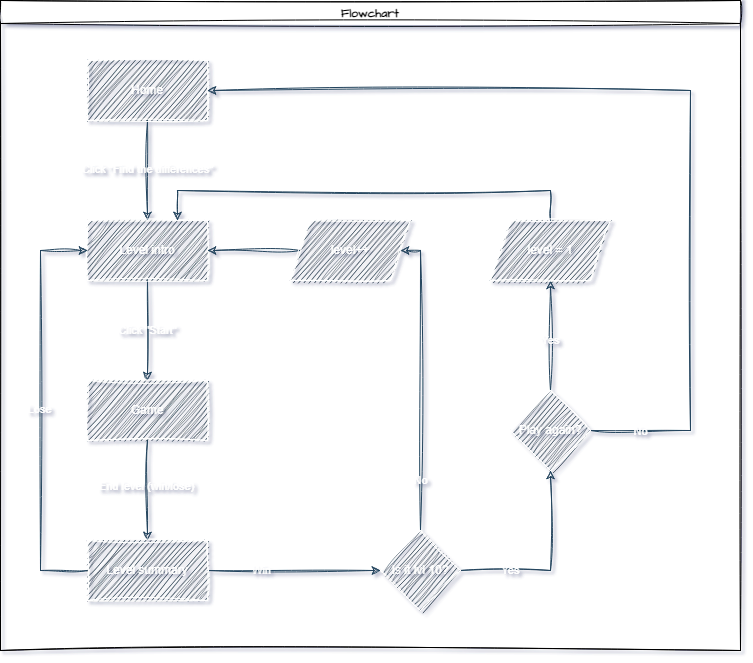
Before: flowchart.png, a diagram exported from draw.io (vasilyoshev/ai-assistant). Source tidied: cells renumbered, new cells last; positions are measured from the earlier drawing's top-left corner, leaving out a move shared by most shapes.
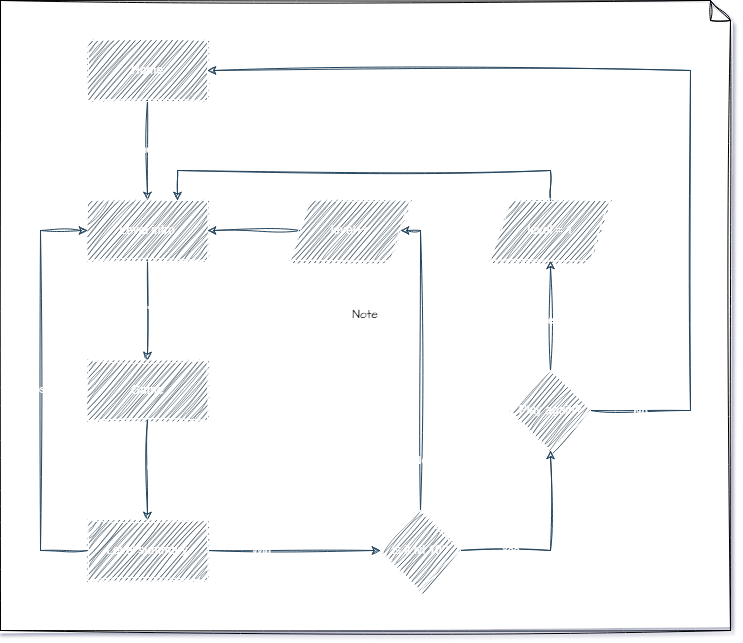
After the change.

The edit, as a diff of the source:
```diff
@@ -2,48 +2,48 @@
   <root>
     <mxCell id="0" />
     <mxCell id="1" parent="0" />
-    <mxCell id="2" value="Flowchart" style="swimlane;sketch=1;hachureGap=4;jiggle=2;curveFitting=1;fontFamily=Architects Daughter;fontSource=https%3A%2F%2Ffonts.googleapis.com%2Fcss%3Ffamily%3DArchitects%2BDaughter;" parent="1" vertex="1">
-      <mxGeometry width="740" height="650" as="geometry" />
-    </mxCell>
+    <mxCell id="31" value="Note" style="shape=note;size=20;whiteSpace=wrap;html=1;sketch=1;hachureGap=4;jiggle=2;curveFitting=1;fontFamily=Architects Daughter;fontSource=https%3A%2F%2Ffonts.googleapis.com%2Fcss%3Ffamily%3DArchitects%2BDaughter;" parent="1" vertex="1">
+      <mxGeometry x="660" y="-60" width="730" height="630" as="geometry" />
+    </mxCell>
-    <mxCell id="3" style="edgeStyle=orthogonalEdgeStyle;rounded=0;jettySize=auto;html=1;labelBackgroundColor=none;fontColor=default;strokeColor=#23445D;sketch=1;curveFitting=1;jiggle=2;strokeWidth=1;" parent="2" edge="1" source="5" target="8">
+    <mxCell id="3" style="edgeStyle=orthogonalEdgeStyle;rounded=0;jettySize=auto;html=1;labelBackgroundColor=none;fontColor=default;strokeColor=#23445D;sketch=1;curveFitting=1;jiggle=2;strokeWidth=1;" parent="1" edge="1" source="5" target="8">
       <mxGeometry relative="1" as="geometry" />
     </mxCell>
     <mxCell id="4" value="Click &quot;Find the differences&quot;" style="edgeLabel;html=1;align=center;verticalAlign=middle;labelBackgroundColor=none;rounded=0;fontColor=#FFFFFF;sketch=1;curveFitting=1;jiggle=2;" parent="3" vertex="1">
       <mxGeometry x="-0.04" relative="1" as="geometry" />
     </mxCell>
-    <mxCell id="5" value="Home" style="rounded=0;whiteSpace=wrap;html=1;labelBackgroundColor=none;fillColor=#182E3E;strokeColor=#FFFFFF;fontColor=#FFFFFF;sketch=1;curveFitting=1;jiggle=2;strokeWidth=1;perimeterSpacing=0;" parent="2" vertex="1">
-      <mxGeometry x="87" y="60" width="120" height="60" as="geometry" />
+    <mxCell id="5" value="Home" style="rounded=0;whiteSpace=wrap;html=1;labelBackgroundColor=none;fillColor=#182E3E;strokeColor=#FFFFFF;fontColor=#FFFFFF;sketch=1;curveFitting=1;jiggle=2;strokeWidth=1;perimeterSpacing=0;" parent="1" vertex="1">
+      <mxGeometry x="747" y="-20" width="120" height="60" as="geometry" />
     </mxCell>
-    <mxCell id="6" style="edgeStyle=orthogonalEdgeStyle;rounded=0;jettySize=auto;html=1;exitX=0.5;exitY=1;exitDx=0;exitDy=0;entryX=0.5;entryY=0;entryDx=0;entryDy=0;labelBackgroundColor=none;fontColor=default;strokeColor=#23445D;sketch=1;curveFitting=1;jiggle=2;strokeWidth=1;" parent="2" edge="1" source="8" target="11">
+    <mxCell id="6" style="edgeStyle=orthogonalEdgeStyle;rounded=0;jettySize=auto;html=1;exitX=0.5;exitY=1;exitDx=0;exitDy=0;entryX=0.5;entryY=0;entryDx=0;entryDy=0;labelBackgroundColor=none;fontColor=default;strokeColor=#23445D;sketch=1;curveFitting=1;jiggle=2;strokeWidth=1;" parent="1" edge="1" source="8" target="11">
       <mxGeometry relative="1" as="geometry" />
     </mxCell>
     <mxCell id="7" value="Click &quot;Start&quot;" style="edgeLabel;html=1;align=center;verticalAlign=middle;labelBackgroundColor=none;rounded=0;fontColor=#FFFFFF;sketch=1;curveFitting=1;jiggle=2;" parent="6" vertex="1">
       <mxGeometry relative="1" as="geometry" />
     </mxCell>
-    <mxCell id="8" value="Level intro" style="rounded=0;whiteSpace=wrap;html=1;labelBackgroundColor=none;fillColor=#182E3E;strokeColor=#FFFFFF;fontColor=#FFFFFF;sketch=1;curveFitting=1;jiggle=2;strokeWidth=1;" parent="2" vertex="1">
-      <mxGeometry x="87" y="220" width="120" height="60" as="geometry" />
+    <mxCell id="8" value="Level intro" style="rounded=0;whiteSpace=wrap;html=1;labelBackgroundColor=none;fillColor=#182E3E;strokeColor=#FFFFFF;fontColor=#FFFFFF;sketch=1;curveFitting=1;jiggle=2;strokeWidth=1;" parent="1" vertex="1">
+      <mxGeometry x="747" y="140" width="120" height="60" as="geometry" />
     </mxCell>
-    <mxCell id="9" style="edgeStyle=orthogonalEdgeStyle;rounded=0;jettySize=auto;html=1;entryX=0.5;entryY=0;entryDx=0;entryDy=0;labelBackgroundColor=none;fontColor=default;strokeColor=#23445D;sketch=1;curveFitting=1;jiggle=2;strokeWidth=1;" parent="2" edge="1" source="11" target="16">
+    <mxCell id="9" style="edgeStyle=orthogonalEdgeStyle;rounded=0;jettySize=auto;html=1;entryX=0.5;entryY=0;entryDx=0;entryDy=0;labelBackgroundColor=none;fontColor=default;strokeColor=#23445D;sketch=1;curveFitting=1;jiggle=2;strokeWidth=1;" parent="1" edge="1" source="11" target="16">
       <mxGeometry relative="1" as="geometry" />
     </mxCell>
     <mxCell id="10" value="End level (win/lose)" style="edgeLabel;html=1;align=center;verticalAlign=middle;labelBackgroundColor=none;rounded=0;fontColor=#FFFFFF;sketch=1;curveFitting=1;jiggle=2;" parent="9" vertex="1">
       <mxGeometry x="-0.08" y="-1" relative="1" as="geometry" />
     </mxCell>
-    <mxCell id="11" value="Game" style="rounded=0;whiteSpace=wrap;html=1;labelBackgroundColor=none;fillColor=#182E3E;strokeColor=#FFFFFF;fontColor=#FFFFFF;sketch=1;curveFitting=1;jiggle=2;strokeWidth=1;" parent="2" vertex="1">
-      <mxGeometry x="87" y="380" width="120" height="60" as="geometry" />
+    <mxCell id="11" value="Game" style="rounded=0;whiteSpace=wrap;html=1;labelBackgroundColor=none;fillColor=#182E3E;strokeColor=#FFFFFF;fontColor=#FFFFFF;sketch=1;curveFitting=1;jiggle=2;strokeWidth=1;" parent="1" vertex="1">
+      <mxGeometry x="747" y="300" width="120" height="60" as="geometry" />
     </mxCell>
-    <mxCell id="12" style="edgeStyle=orthogonalEdgeStyle;rounded=0;jettySize=auto;html=1;entryX=0;entryY=0.5;entryDx=0;entryDy=0;labelBackgroundColor=none;fontColor=default;strokeColor=#23445D;sketch=1;curveFitting=1;jiggle=2;strokeWidth=1;" parent="2" edge="1" source="16" target="8">
+    <mxCell id="12" style="edgeStyle=orthogonalEdgeStyle;rounded=0;jettySize=auto;html=1;entryX=0;entryY=0.5;entryDx=0;entryDy=0;labelBackgroundColor=none;fontColor=default;strokeColor=#23445D;sketch=1;curveFitting=1;jiggle=2;strokeWidth=1;" parent="1" edge="1" source="16" target="8">
       <mxGeometry relative="1" as="geometry">
         <Array as="points">
-          <mxPoint x="40" y="570" />
-          <mxPoint x="40" y="250" />
+          <mxPoint x="700" y="490" />
+          <mxPoint x="700" y="170" />
         </Array>
       </mxGeometry>
     </mxCell>
     <mxCell id="13" value="Lose" style="edgeLabel;html=1;align=center;verticalAlign=middle;labelBackgroundColor=none;rounded=0;fontColor=#FFFFFF;sketch=1;curveFitting=1;jiggle=2;" parent="12" vertex="1">
       <mxGeometry x="0.01" y="1" relative="1" as="geometry" />
     </mxCell>
-    <mxCell id="14" style="edgeStyle=orthogonalEdgeStyle;rounded=0;jettySize=auto;html=1;exitX=1;exitY=0.5;exitDx=0;exitDy=0;labelBackgroundColor=none;fontColor=default;strokeColor=#23445D;sketch=1;curveFitting=1;jiggle=2;strokeWidth=1;" parent="2" edge="1" source="16" target="21">
+    <mxCell id="14" style="edgeStyle=orthogonalEdgeStyle;rounded=0;jettySize=auto;html=1;exitX=1;exitY=0.5;exitDx=0;exitDy=0;labelBackgroundColor=none;fontColor=default;strokeColor=#23445D;sketch=1;curveFitting=1;jiggle=2;strokeWidth=1;" parent="1" edge="1" source="16" target="21">
       <mxGeometry relative="1" as="geometry" />
     </mxCell>
     <mxCell id="15" value="Win" style="edgeLabel;html=1;align=center;verticalAlign=middle;labelBackgroundColor=none;rounded=0;fontColor=#FFFFFF;sketch=1;curveFitting=1;jiggle=2;" parent="14" vertex="1">
@@ -51,13 +51,13 @@
         <mxPoint x="-16" y="-1" as="offset" />
       </mxGeometry>
     </mxCell>
-    <mxCell id="16" value="Level summary" style="rounded=0;whiteSpace=wrap;html=1;labelBackgroundColor=none;fillColor=#182E3E;strokeColor=#FFFFFF;fontColor=#FFFFFF;sketch=1;curveFitting=1;jiggle=2;strokeWidth=1;" parent="2" vertex="1">
-      <mxGeometry x="87" y="540" width="120" height="60" as="geometry" />
+    <mxCell id="16" value="Level summary" style="rounded=0;whiteSpace=wrap;html=1;labelBackgroundColor=none;fillColor=#182E3E;strokeColor=#FFFFFF;fontColor=#FFFFFF;sketch=1;curveFitting=1;jiggle=2;strokeWidth=1;" parent="1" vertex="1">
+      <mxGeometry x="747" y="460" width="120" height="60" as="geometry" />
     </mxCell>
-    <mxCell id="17" style="edgeStyle=orthogonalEdgeStyle;rounded=0;jettySize=auto;html=1;exitX=0.5;exitY=0;exitDx=0;exitDy=0;entryX=1;entryY=0.5;entryDx=0;entryDy=0;labelBackgroundColor=none;fontColor=default;strokeColor=#23445D;sketch=1;curveFitting=1;jiggle=2;strokeWidth=1;" parent="2" edge="1" source="21" target="23">
+    <mxCell id="17" style="edgeStyle=orthogonalEdgeStyle;rounded=0;jettySize=auto;html=1;exitX=0.5;exitY=0;exitDx=0;exitDy=0;entryX=1;entryY=0.5;entryDx=0;entryDy=0;labelBackgroundColor=none;fontColor=default;strokeColor=#23445D;sketch=1;curveFitting=1;jiggle=2;strokeWidth=1;" parent="1" edge="1" source="21" target="23">
       <mxGeometry relative="1" as="geometry">
         <Array as="points">
-          <mxPoint x="420" y="250" />
+          <mxPoint x="1080" y="170" />
         </Array>
       </mxGeometry>
     </mxCell>
@@ -66,7 +66,7 @@
         <mxPoint x="2" y="143" as="offset" />
       </mxGeometry>
     </mxCell>
-    <mxCell id="19" style="edgeStyle=orthogonalEdgeStyle;rounded=0;jettySize=auto;html=1;entryX=0.5;entryY=1;entryDx=0;entryDy=0;labelBackgroundColor=none;fontColor=default;strokeColor=#23445D;sketch=1;curveFitting=1;jiggle=2;strokeWidth=1;" parent="2" edge="1" source="21" target="28">
+    <mxCell id="19" style="edgeStyle=orthogonalEdgeStyle;rounded=0;jettySize=auto;html=1;entryX=0.5;entryY=1;entryDx=0;entryDy=0;labelBackgroundColor=none;fontColor=default;strokeColor=#23445D;sketch=1;curveFitting=1;jiggle=2;strokeWidth=1;" parent="1" edge="1" source="21" target="28">
       <mxGeometry relative="1" as="geometry" />
     </mxCell>
     <mxCell id="20" value="Yes" style="edgeLabel;html=1;align=center;verticalAlign=middle;labelBackgroundColor=none;rounded=0;fontColor=#FFFFFF;sketch=1;curveFitting=1;jiggle=2;" parent="19" vertex="1">
@@ -74,16 +74,16 @@
         <mxPoint x="-40" y="3" as="offset" />
       </mxGeometry>
     </mxCell>
-    <mxCell id="21" value="Is it lvl 10?" style="rhombus;whiteSpace=wrap;html=1;labelBackgroundColor=none;rounded=0;fillColor=#182E3E;strokeColor=#FFFFFF;fontColor=#FFFFFF;sketch=1;curveFitting=1;jiggle=2;strokeWidth=1;" parent="2" vertex="1">
-      <mxGeometry x="380" y="530" width="80" height="80" as="geometry" />
+    <mxCell id="21" value="Is it lvl 10?" style="rhombus;whiteSpace=wrap;html=1;labelBackgroundColor=none;rounded=0;fillColor=#182E3E;strokeColor=#FFFFFF;fontColor=#FFFFFF;sketch=1;curveFitting=1;jiggle=2;strokeWidth=1;" parent="1" vertex="1">
+      <mxGeometry x="1040" y="450" width="80" height="80" as="geometry" />
     </mxCell>
-    <mxCell id="22" style="edgeStyle=orthogonalEdgeStyle;rounded=0;jettySize=auto;html=1;labelBackgroundColor=none;fontColor=default;strokeColor=#23445D;sketch=1;curveFitting=1;jiggle=2;strokeWidth=1;" parent="2" edge="1" source="23" target="8">
+    <mxCell id="22" style="edgeStyle=orthogonalEdgeStyle;rounded=0;jettySize=auto;html=1;labelBackgroundColor=none;fontColor=default;strokeColor=#23445D;sketch=1;curveFitting=1;jiggle=2;strokeWidth=1;" parent="1" edge="1" source="23" target="8">
       <mxGeometry relative="1" as="geometry" />
     </mxCell>
-    <mxCell id="23" value="level++" style="shape=parallelogram;perimeter=parallelogramPerimeter;whiteSpace=wrap;html=1;fixedSize=1;labelBackgroundColor=none;rounded=0;fillColor=#182E3E;strokeColor=#FFFFFF;fontColor=#FFFFFF;sketch=1;curveFitting=1;jiggle=2;strokeWidth=1;" parent="2" vertex="1">
-      <mxGeometry x="290" y="220" width="120" height="60" as="geometry" />
+    <mxCell id="23" value="level++" style="shape=parallelogram;perimeter=parallelogramPerimeter;whiteSpace=wrap;html=1;fixedSize=1;labelBackgroundColor=none;rounded=0;fillColor=#182E3E;strokeColor=#FFFFFF;fontColor=#FFFFFF;sketch=1;curveFitting=1;jiggle=2;strokeWidth=1;" parent="1" vertex="1">
+      <mxGeometry x="950" y="140" width="120" height="60" as="geometry" />
     </mxCell>
-    <mxCell id="24" style="edgeStyle=orthogonalEdgeStyle;rounded=0;jettySize=auto;html=1;entryX=0.5;entryY=1;entryDx=0;entryDy=0;labelBackgroundColor=none;fontColor=default;strokeColor=#23445D;sketch=1;curveFitting=1;jiggle=2;strokeWidth=1;" parent="2" edge="1" source="28" target="30">
+    <mxCell id="24" style="edgeStyle=orthogonalEdgeStyle;rounded=0;jettySize=auto;html=1;entryX=0.5;entryY=1;entryDx=0;entryDy=0;labelBackgroundColor=none;fontColor=default;strokeColor=#23445D;sketch=1;curveFitting=1;jiggle=2;strokeWidth=1;" parent="1" edge="1" source="28" target="30">
       <mxGeometry relative="1" as="geometry" />
     </mxCell>
     <mxCell id="25" value="Yes" style="edgeLabel;html=1;align=center;verticalAlign=middle;labelBackgroundColor=none;rounded=0;fontColor=#FFFFFF;sketch=1;curveFitting=1;jiggle=2;" parent="24" vertex="1">
@@ -91,11 +91,11 @@
         <mxPoint y="4" as="offset" />
       </mxGeometry>
     </mxCell>
-    <mxCell id="26" style="edgeStyle=orthogonalEdgeStyle;rounded=0;jettySize=auto;html=1;entryX=1;entryY=0.5;entryDx=0;entryDy=0;labelBackgroundColor=none;fontColor=default;strokeColor=#23445D;sketch=1;curveFitting=1;jiggle=2;strokeWidth=1;" parent="2" edge="1" source="28" target="5">
+    <mxCell id="26" style="edgeStyle=orthogonalEdgeStyle;rounded=0;jettySize=auto;html=1;entryX=1;entryY=0.5;entryDx=0;entryDy=0;labelBackgroundColor=none;fontColor=default;strokeColor=#23445D;sketch=1;curveFitting=1;jiggle=2;strokeWidth=1;" parent="1" edge="1" source="28" target="5">
       <mxGeometry relative="1" as="geometry">
         <Array as="points">
-          <mxPoint x="690" y="430" />
-          <mxPoint x="690" y="90" />
+          <mxPoint x="1350" y="350" />
+          <mxPoint x="1350" y="10" />
         </Array>
       </mxGeometry>
     </mxCell>
@@ -104,19 +104,19 @@
         <mxPoint x="-51" y="158" as="offset" />
       </mxGeometry>
     </mxCell>
-    <mxCell id="28" value="Play again?" style="rhombus;whiteSpace=wrap;html=1;labelBackgroundColor=none;rounded=0;fillColor=#182E3E;strokeColor=#FFFFFF;fontColor=#FFFFFF;sketch=1;curveFitting=1;jiggle=2;strokeWidth=1;" parent="2" vertex="1">
-      <mxGeometry x="510" y="390" width="80" height="80" as="geometry" />
+    <mxCell id="28" value="Play again?" style="rhombus;whiteSpace=wrap;html=1;labelBackgroundColor=none;rounded=0;fillColor=#182E3E;strokeColor=#FFFFFF;fontColor=#FFFFFF;sketch=1;curveFitting=1;jiggle=2;strokeWidth=1;" parent="1" vertex="1">
+      <mxGeometry x="1170" y="310" width="80" height="80" as="geometry" />
     </mxCell>
-    <mxCell id="29" style="edgeStyle=orthogonalEdgeStyle;rounded=0;jettySize=auto;html=1;entryX=0.75;entryY=0;entryDx=0;entryDy=0;labelBackgroundColor=none;fontColor=default;strokeColor=#23445D;sketch=1;curveFitting=1;jiggle=2;strokeWidth=1;" parent="2" edge="1" source="30" target="8">
+    <mxCell id="29" style="edgeStyle=orthogonalEdgeStyle;rounded=0;jettySize=auto;html=1;entryX=0.75;entryY=0;entryDx=0;entryDy=0;labelBackgroundColor=none;fontColor=default;strokeColor=#23445D;sketch=1;curveFitting=1;jiggle=2;strokeWidth=1;" parent="1" edge="1" source="30" target="8">
       <mxGeometry relative="1" as="geometry">
         <Array as="points">
-          <mxPoint x="550" y="190" />
-          <mxPoint x="177" y="190" />
+          <mxPoint x="1210" y="110" />
+          <mxPoint x="837" y="110" />
         </Array>
       </mxGeometry>
     </mxCell>
-    <mxCell id="30" value="level = 1" style="shape=parallelogram;perimeter=parallelogramPerimeter;whiteSpace=wrap;html=1;fixedSize=1;labelBackgroundColor=none;rounded=0;fillColor=#182E3E;strokeColor=#FFFFFF;fontColor=#FFFFFF;sketch=1;curveFitting=1;jiggle=2;strokeWidth=1;" parent="2" vertex="1">
-      <mxGeometry x="490" y="220" width="120" height="60" as="geometry" />
+    <mxCell id="30" value="level = 1" style="shape=parallelogram;perimeter=parallelogramPerimeter;whiteSpace=wrap;html=1;fixedSize=1;labelBackgroundColor=none;rounded=0;fillColor=#182E3E;strokeColor=#FFFFFF;fontColor=#FFFFFF;sketch=1;curveFitting=1;jiggle=2;strokeWidth=1;" parent="1" vertex="1">
+      <mxGeometry x="1150" y="140" width="120" height="60" as="geometry" />
     </mxCell>
   </root>
 </mxGraphModel>
```
